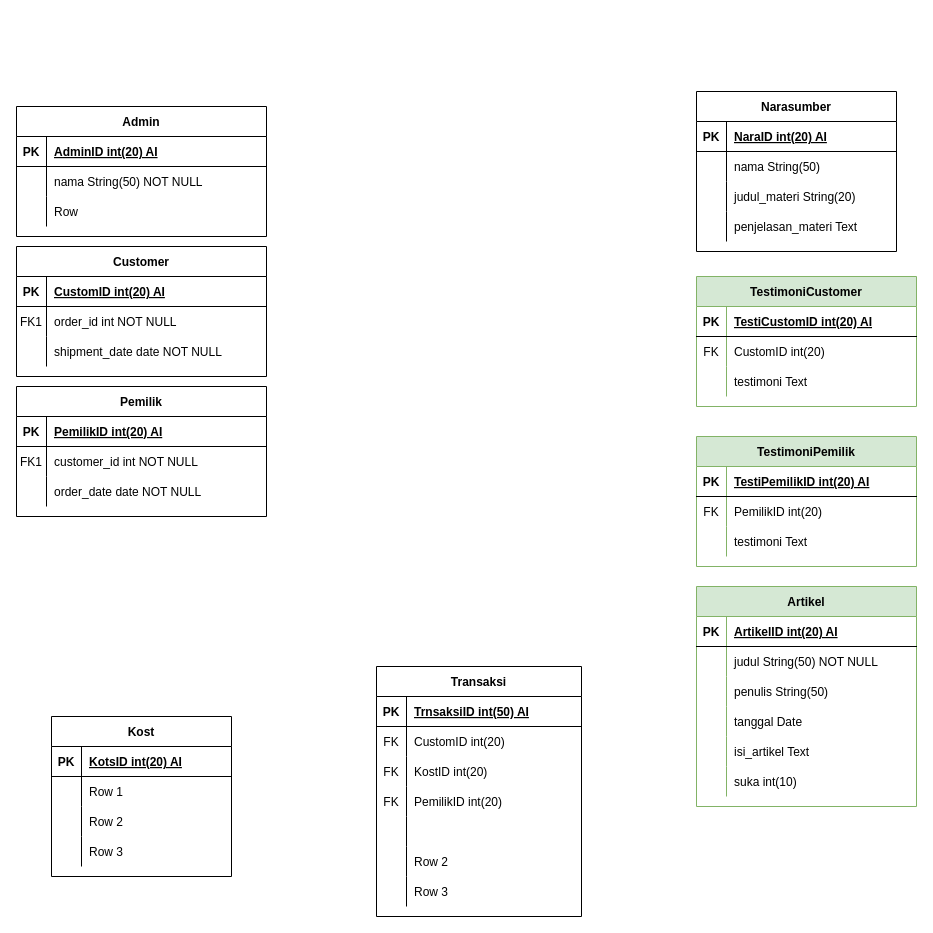
This is ERD TerasKos.drawio from sendy452/DIagram-Model, a draw.io file, before an edit. Source tidied: cells renumbered, new cells numbered last; positions are measured from the earlier drawing's top-left corner, leaving out a move shared by most shapes. Both pictures are drawn from the tidied source at 100%, with x=0, y=0 at pixel (16, 91).
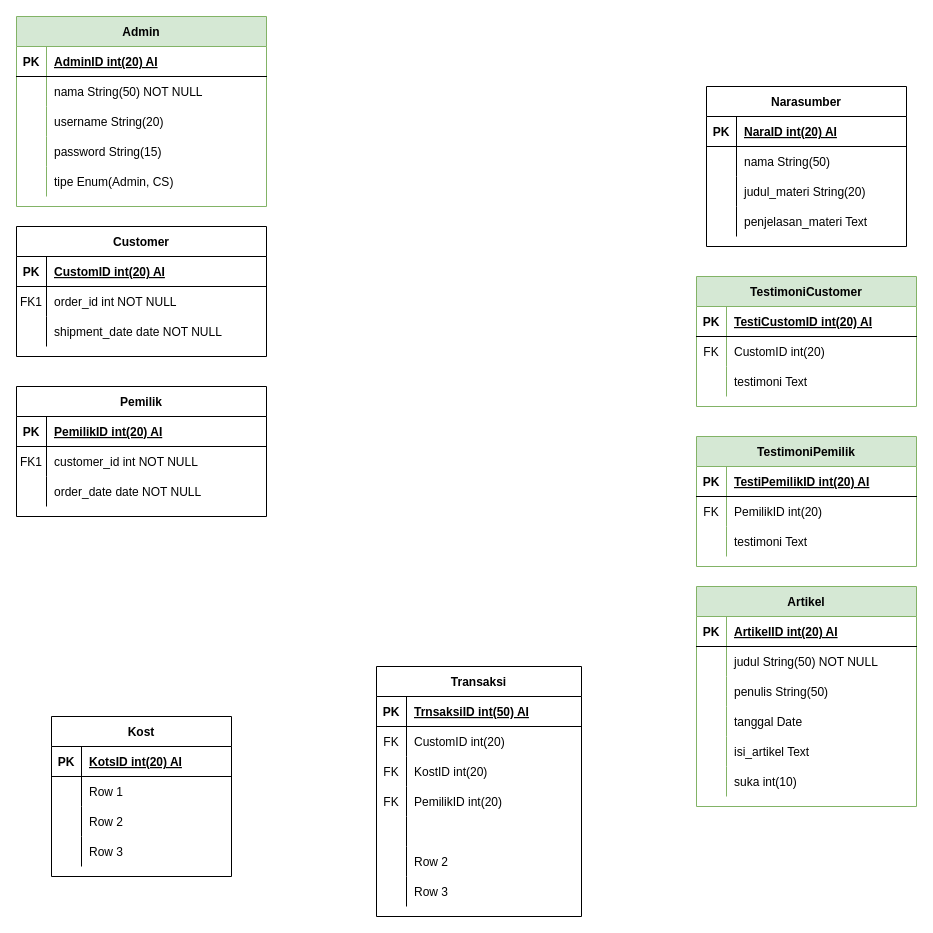
The same page after the edit.

The change refers to these unchanged cells:
```xml
<mxCell id="29" style="shape=partialRectangle;fillColor=none;top=0;left=0;bottom=0;right=0;" parent="22" vertex="1">
  <mxGeometry y="90" width="250" height="30" as="geometry" />
</mxCell>
```

Diff of the diagram source:
```diff
@@
     <mxCell id="12" value="Customer" style="shape=table;startSize=30;childLayout=tableLayout;rowLines=0;fontStyle=1;align=center;" parent="1" vertex="1">
-      <mxGeometry y="155" width="250" height="130" as="geometry" />
+      <mxGeometry y="135" width="250" height="130" as="geometry" />
     </mxCell>
@@
-    <mxCell id="22" value="Admin" style="shape=table;startSize=30;childLayout=tableLayout;rowLines=0;fontStyle=1;align=center;" parent="1" vertex="1">
-      <mxGeometry y="15" width="250" height="130" as="geometry" />
+    <mxCell id="22" value="Admin" style="shape=table;startSize=30;childLayout=tableLayout;rowLines=0;fontStyle=1;align=center;fillColor=#d5e8d4;strokeColor=#82b366;" parent="1" vertex="1">
+      <mxGeometry y="-75" width="250" height="190" as="geometry" />
     </mxCell>
@@
-    <mxCell id="31" value="Row" style="shape=partialRectangle;fillColor=none;top=0;left=0;bottom=0;right=0;align=left;spacingLeft=6;overflow=hidden;" parent="29" vertex="1">
+    <mxCell id="31" value="username String(20)" style="shape=partialRectangle;fillColor=none;top=0;left=0;bottom=0;right=0;align=left;spacingLeft=6;overflow=hidden;" parent="29" vertex="1">
       <mxGeometry x="30" width="220" height="30" as="geometry" />
     </mxCell>
+    <mxCell id="119" style="shape=partialRectangle;fillColor=none;top=0;left=0;bottom=0;right=0;" parent="22" vertex="1">
+      <mxGeometry y="120" width="250" height="30" as="geometry" />
+    </mxCell>
+    <mxCell id="120" style="shape=partialRectangle;fillColor=none;top=0;left=0;bottom=0;right=0;overflow=hidden;" parent="119" vertex="1">
+      <mxGeometry width="30" height="30" as="geometry" />
+    </mxCell>
+    <mxCell id="121" value="password String(15)" style="shape=partialRectangle;fillColor=none;top=0;left=0;bottom=0;right=0;align=left;spacingLeft=6;overflow=hidden;" parent="119" vertex="1">
+      <mxGeometry x="30" width="220" height="30" as="geometry" />
+    </mxCell>
+    <mxCell id="122" style="shape=partialRectangle;fillColor=none;top=0;left=0;bottom=0;right=0;" parent="22" vertex="1">
+      <mxGeometry y="150" width="250" height="30" as="geometry" />
+    </mxCell>
+    <mxCell id="123" style="shape=partialRectangle;fillColor=none;top=0;left=0;bottom=0;right=0;overflow=hidden;" parent="122" vertex="1">
+      <mxGeometry width="30" height="30" as="geometry" />
+    </mxCell>
+    <mxCell id="124" value="tipe Enum(Admin, CS)" style="shape=partialRectangle;fillColor=none;top=0;left=0;bottom=0;right=0;align=left;spacingLeft=6;overflow=hidden;" parent="122" vertex="1">
+      <mxGeometry x="30" width="220" height="30" as="geometry" />
+    </mxCell>
@@
     <mxCell id="71" value="Narasumber" style="shape=table;startSize=30;childLayout=tableLayout;rowLines=0;fontStyle=1;align=center;" parent="1" vertex="1">
-      <mxGeometry x="680" width="200" height="160" as="geometry" />
+      <mxGeometry x="690" y="-5" width="200" height="160" as="geometry" />
     </mxCell>
```
